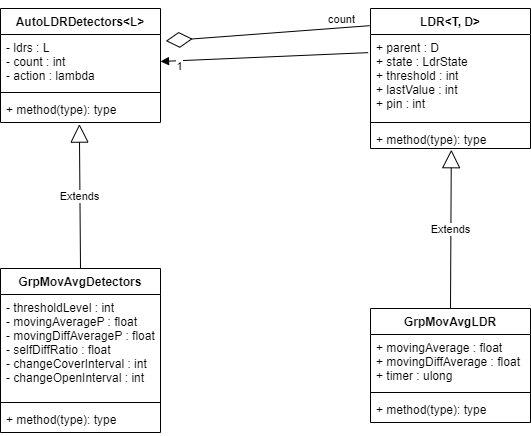
Before: docs/Classes.png, a diagram exported from draw.io (SvenRosvall/AutoLdrSpotDetector). Source tidied: cells renumbered, new cells last; positions are measured from the earlier drawing's top-left corner, leaving out a move shared by most shapes.
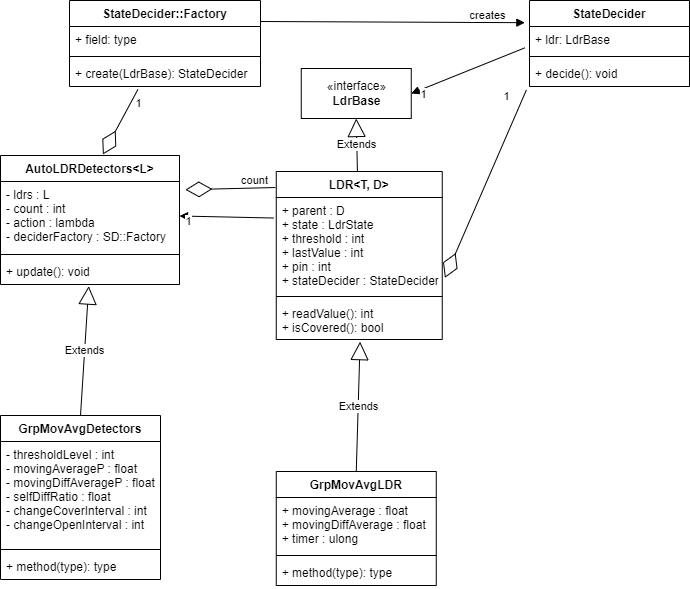
The same file after the commit.

Commit message:
Update documentation to include state decider objects.

Diff of the diagram source:
```diff
@@ -3,28 +3,28 @@
     <mxCell id="0" />
     <mxCell id="1" parent="0" />
     <mxCell id="2" value="LDR&lt;T, D&gt;" style="swimlane;fontStyle=1;align=center;verticalAlign=top;horizontal=1;startSize=26;" parent="1" vertex="1">
-      <mxGeometry x="370" width="160" height="140" as="geometry" />
+      <mxGeometry x="276.8" y="59" width="166" height="168" as="geometry" />
     </mxCell>
-    <mxCell id="3" value="+ parent : D&#10;+ state : LdrState&#10;+ threshold : int&#10;+ lastValue : int&#10;+ pin : int" style="text;strokeColor=none;fillColor=none;align=left;verticalAlign=top;spacingLeft=4;spacingRight=4;overflow=hidden;points=[[0,0.5],[1,0.5]];portConstraint=eastwest;" parent="2" vertex="1">
-      <mxGeometry y="26" width="160" height="84" as="geometry" />
+    <mxCell id="3" value="+ parent : D&#10;+ state : LdrState&#10;+ threshold : int&#10;+ lastValue : int&#10;+ pin : int&#10;+ stateDecider : StateDecider" style="text;strokeColor=none;fillColor=none;align=left;verticalAlign=top;spacingLeft=4;spacingRight=4;overflow=hidden;points=[[0,0.5],[1,0.5]];portConstraint=eastwest;" parent="2" vertex="1">
+      <mxGeometry y="26" width="166" height="95" as="geometry" />
     </mxCell>
     <mxCell id="4" style="line;strokeWidth=1;fillColor=none;align=left;verticalAlign=middle;spacingTop=-1;spacingLeft=3;spacingRight=3;labelPosition=right;strokeColor=inherit;" parent="2" vertex="1">
-      <mxGeometry y="110" width="160" height="8" as="geometry" />
+      <mxGeometry y="121" width="166" height="8" as="geometry" />
     </mxCell>
-    <mxCell id="5" value="+ method(type): type" style="text;strokeColor=none;fillColor=none;align=left;verticalAlign=top;spacingLeft=4;spacingRight=4;overflow=hidden;points=[[0,0.5],[1,0.5]];portConstraint=eastwest;" parent="2" vertex="1">
-      <mxGeometry y="118" width="160" height="22" as="geometry" />
+    <mxCell id="5" value="+ readValue(): int&#10;+ isCovered(): bool" style="text;strokeColor=none;fillColor=none;align=left;verticalAlign=top;spacingLeft=4;spacingRight=4;overflow=hidden;points=[[0,0.5],[1,0.5]];portConstraint=eastwest;" parent="2" vertex="1">
+      <mxGeometry y="129" width="166" height="39" as="geometry" />
     </mxCell>
     <mxCell id="6" value="AutoLDRDetectors&lt;L&gt;" style="swimlane;fontStyle=1;align=center;verticalAlign=top;horizontal=1;startSize=26;" parent="1" vertex="1">
-      <mxGeometry width="160" height="114" as="geometry" />
+      <mxGeometry x="1" y="43" width="179" height="129" as="geometry" />
     </mxCell>
-    <mxCell id="7" value="- ldrs : L&#10;- count : int&#10;- action : lambda" style="text;strokeColor=none;fillColor=none;align=left;verticalAlign=top;spacingLeft=4;spacingRight=4;overflow=hidden;points=[[0,0.5],[1,0.5]];portConstraint=eastwest;" parent="6" vertex="1">
-      <mxGeometry y="26" width="160" height="54" as="geometry" />
+    <mxCell id="7" value="- ldrs : L&#10;- count : int&#10;- action : lambda&#10;- deciderFactory : SD::Factory" style="text;strokeColor=none;fillColor=none;align=left;verticalAlign=top;spacingLeft=4;spacingRight=4;overflow=hidden;points=[[0,0.5],[1,0.5]];portConstraint=eastwest;" parent="6" vertex="1">
+      <mxGeometry y="26" width="179" height="69" as="geometry" />
     </mxCell>
     <mxCell id="8" style="line;strokeWidth=1;fillColor=none;align=left;verticalAlign=middle;spacingTop=-1;spacingLeft=3;spacingRight=3;labelPosition=right;strokeColor=inherit;" parent="6" vertex="1">
-      <mxGeometry y="80" width="160" height="8" as="geometry" />
+      <mxGeometry y="95" width="179" height="8" as="geometry" />
     </mxCell>
-    <mxCell id="9" value="+ method(type): type" style="text;strokeColor=none;fillColor=none;align=left;verticalAlign=top;spacingLeft=4;spacingRight=4;overflow=hidden;points=[[0,0.5],[1,0.5]];portConstraint=eastwest;" parent="6" vertex="1">
-      <mxGeometry y="88" width="160" height="26" as="geometry" />
+    <mxCell id="9" value="+ update(): void" style="text;strokeColor=none;fillColor=none;align=left;verticalAlign=top;spacingLeft=4;spacingRight=4;overflow=hidden;points=[[0,0.5],[1,0.5]];portConstraint=eastwest;" parent="6" vertex="1">
+      <mxGeometry y="103" width="179" height="26" as="geometry" />
     </mxCell>
     <mxCell id="10" style="endArrow=block;endFill=1;html=1;align=left;verticalAlign=top;rounded=0;entryX=1;entryY=0.5;entryDx=0;entryDy=0;exitX=-0.015;exitY=0.216;exitDx=0;exitDy=0;exitPerimeter=0;" parent="1" edge="1" source="3" target="7">
       <mxGeometry x="-1" relative="1" as="geometry" />
@@ -35,7 +35,7 @@
       </mxGeometry>
     </mxCell>
     <mxCell id="12" value="GrpMovAvgLDR" style="swimlane;fontStyle=1;align=center;verticalAlign=top;horizontal=1;startSize=26;" parent="1" vertex="1">
-      <mxGeometry x="370" y="300" width="160" height="114" as="geometry" />
+      <mxGeometry x="276.8" y="359" width="160" height="114" as="geometry" />
     </mxCell>
     <mxCell id="13" value="+ movingAverage : float&#10;+ movingDiffAverage : float&#10;+ timer : ulong" style="text;strokeColor=none;fillColor=none;align=left;verticalAlign=top;spacingLeft=4;spacingRight=4;overflow=hidden;" parent="12" vertex="1">
       <mxGeometry y="26" width="160" height="54" as="geometry" />
@@ -50,7 +50,7 @@
       <mxGeometry relative="1" as="geometry" />
     </mxCell>
     <mxCell id="17" value="GrpMovAvgDetectors" style="swimlane;fontStyle=1;align=center;verticalAlign=top;horizontal=1;startSize=26;" parent="1" vertex="1">
-      <mxGeometry y="260" width="160" height="164" as="geometry" />
+      <mxGeometry x="1" y="303" width="160" height="164" as="geometry" />
     </mxCell>
     <mxCell id="18" value="- thresholdLevel : int&#10;- movingAverageP : float&#10;- movingDiffAverageP : float&#10;- selfDiffRatio : float&#10;- changeCoverInterval : int&#10;- changeOpenInterval : int" style="text;strokeColor=none;fillColor=none;align=left;verticalAlign=top;spacingLeft=4;spacingRight=4;overflow=hidden;" parent="17" vertex="1">
       <mxGeometry y="26" width="160" height="104" as="geometry" />
@@ -72,5 +72,70 @@
         <mxPoint x="-14" y="-8" as="offset" />
       </mxGeometry>
     </mxCell>
+    <mxCell id="24" value="«interface»&lt;br&gt;&lt;b&gt;LdrBase&lt;/b&gt;" style="html=1;" parent="1" vertex="1">
+      <mxGeometry x="301.8" y="-44" width="110" height="50" as="geometry" />
+    </mxCell>
+    <mxCell id="25" value="Extends" style="endArrow=block;endSize=16;endFill=0;html=1;rounded=0;entryX=0.5;entryY=1;entryDx=0;entryDy=0;" parent="1" edge="1" source="2" target="24">
+      <mxGeometry relative="1" as="geometry" />
+    </mxCell>
+    <mxCell id="26" value="StateDecider" style="swimlane;fontStyle=1;align=center;verticalAlign=top;horizontal=1;startSize=26;" parent="1" vertex="1">
+      <mxGeometry x="530" y="-112" width="160" height="86" as="geometry" />
+    </mxCell>
+    <mxCell id="27" value="+ ldr: LdrBase" style="text;strokeColor=none;fillColor=none;align=left;verticalAlign=top;spacingLeft=4;spacingRight=4;overflow=hidden;points=[[0,0.5],[1,0.5]];portConstraint=eastwest;" parent="26" vertex="1">
+      <mxGeometry y="26" width="160" height="26" as="geometry" />
+    </mxCell>
+    <mxCell id="28" style="line;strokeWidth=1;fillColor=none;align=left;verticalAlign=middle;spacingTop=-1;spacingLeft=3;spacingRight=3;labelPosition=right;strokeColor=inherit;" parent="26" vertex="1">
+      <mxGeometry y="52" width="160" height="8" as="geometry" />
+    </mxCell>
+    <mxCell id="29" value="+ decide(): void" style="text;strokeColor=none;fillColor=none;align=left;verticalAlign=top;spacingLeft=4;spacingRight=4;overflow=hidden;points=[[0,0.5],[1,0.5]];portConstraint=eastwest;" parent="26" vertex="1">
+      <mxGeometry y="60" width="160" height="26" as="geometry" />
+    </mxCell>
+    <mxCell id="30" style="endArrow=block;endFill=1;html=1;align=left;verticalAlign=top;rounded=0;entryX=1;entryY=0.5;entryDx=0;entryDy=0;exitX=-0.029;exitY=0.821;exitDx=0;exitDy=0;exitPerimeter=0;" parent="1" edge="1" source="27" target="24">
+      <mxGeometry x="-1" relative="1" as="geometry" />
+    </mxCell>
+    <mxCell id="31" value="1" style="edgeLabel;html=1;align=center;verticalAlign=middle;" parent="30" vertex="1">
+      <mxGeometry x="0.82" y="3" relative="1" as="geometry">
+        <mxPoint y="2" as="offset" />
+      </mxGeometry>
+    </mxCell>
+    <mxCell id="32" style="endArrow=diamondThin;endFill=0;endSize=24;html=1;rounded=0;entryX=1.016;entryY=0.846;entryDx=0;entryDy=0;entryPerimeter=0;exitX=-0.019;exitY=1.128;exitDx=0;exitDy=0;exitPerimeter=0;" parent="1" edge="1" source="29" target="3">
+      <mxGeometry relative="1" as="geometry" />
+    </mxCell>
+    <mxCell id="33" value="1" style="edgeLabel;html=1;align=center;verticalAlign=middle;" parent="32" vertex="1">
+      <mxGeometry x="-0.85" relative="1" as="geometry">
+        <mxPoint x="-14" y="-8" as="offset" />
+      </mxGeometry>
+    </mxCell>
+    <mxCell id="34" value="StateDecider::Factory" style="swimlane;fontStyle=1;align=center;verticalAlign=top;horizontal=1;startSize=26;" parent="1" vertex="1">
+      <mxGeometry x="70" y="-112" width="191" height="86" as="geometry" />
+    </mxCell>
+    <mxCell id="35" value="+ field: type" style="text;strokeColor=none;fillColor=none;align=left;verticalAlign=top;spacingLeft=4;spacingRight=4;overflow=hidden;" parent="34" vertex="1">
+      <mxGeometry y="26" width="191" height="26" as="geometry" />
+    </mxCell>
+    <mxCell id="36" style="line;strokeWidth=1;fillColor=none;align=left;verticalAlign=middle;spacingTop=-1;spacingLeft=3;spacingRight=3;labelPosition=right;strokeColor=inherit;" parent="34" vertex="1">
+      <mxGeometry y="52" width="191" height="8" as="geometry" />
+    </mxCell>
+    <mxCell id="37" value="+ create(LdrBase): StateDecider" style="text;strokeColor=none;fillColor=none;align=left;verticalAlign=top;spacingLeft=4;spacingRight=4;overflow=hidden;points=[[0,0.5],[1,0.5]];portConstraint=eastwest;" parent="34" vertex="1">
+      <mxGeometry y="60" width="191" height="26" as="geometry" />
+    </mxCell>
+    <mxCell id="38" style="endArrow=diamondThin;endFill=0;endSize=24;html=1;rounded=0;entryX=0.572;entryY=-0.008;entryDx=0;entryDy=0;entryPerimeter=0;exitX=0.358;exitY=1.115;exitDx=0;exitDy=0;exitPerimeter=0;" parent="1" edge="1" source="37" target="6">
+      <mxGeometry relative="1" as="geometry" />
+    </mxCell>
+    <mxCell id="39" value="1" style="edgeLabel;html=1;align=center;verticalAlign=middle;" parent="38" vertex="1">
+      <mxGeometry x="-0.85" relative="1" as="geometry">
+        <mxPoint x="3" y="8" as="offset" />
+      </mxGeometry>
+    </mxCell>
+    <mxCell id="40" style="endArrow=block;endFill=1;html=1;align=left;verticalAlign=top;rounded=0;entryX=-0.029;entryY=-0.128;entryDx=0;entryDy=0;exitX=1;exitY=0.25;exitDx=0;exitDy=0;entryPerimeter=0;" parent="1" edge="1">
+      <mxGeometry x="-1" relative="1" as="geometry">
+        <mxPoint x="261" y="-91" as="sourcePoint" />
+        <mxPoint x="525.4" y="-89.8" as="targetPoint" />
+      </mxGeometry>
+    </mxCell>
+    <mxCell id="41" value="creates" style="edgeLabel;html=1;align=center;verticalAlign=middle;" parent="40" vertex="1">
+      <mxGeometry x="0.82" y="3" relative="1" as="geometry">
+        <mxPoint x="-14" y="-5" as="offset" />
+      </mxGeometry>
+    </mxCell>
   </root>
 </mxGraphModel>
```
